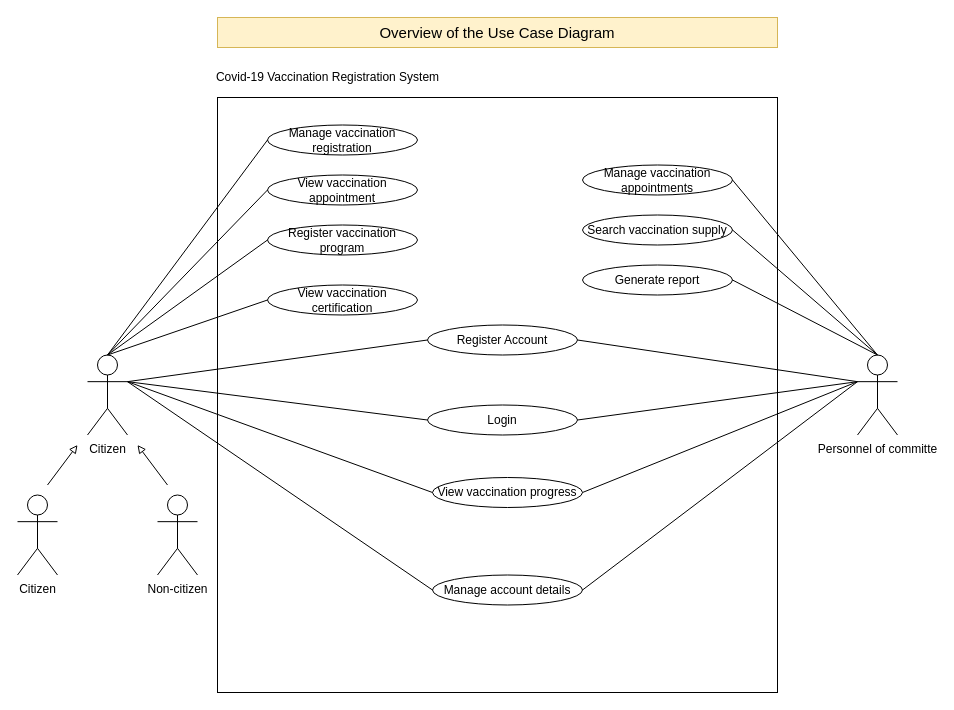
Before: page "Overview Use Case Diagram" (1 of 3) of Diagram/Use Case Diagram.drawio in lydia0423/Covid-19-Vaccination-Registration-System, a draw.io diagram. Source tidied: cells renumbered, new cells numbered last; positions are measured from the earlier drawing's top-left corner, leaving out a move shared by most shapes. Both pictures are drawn from the tidied source at 100%, with x=0, y=0 at pixel (17, 17).
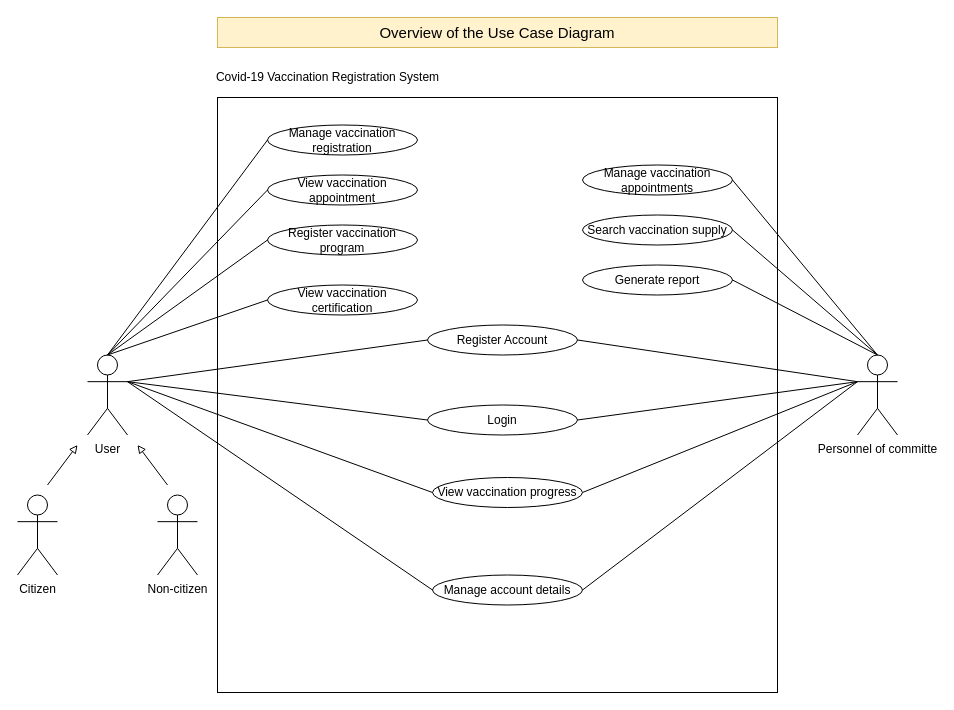
The same page after the edit.

The edit, as a diff of the source:
```diff
@@
-    <mxCell id="3" value="Citizen" style="shape=umlActor;verticalLabelPosition=bottom;verticalAlign=top;html=1;" parent="1" vertex="1">
+    <mxCell id="3" value="User" style="shape=umlActor;verticalLabelPosition=bottom;verticalAlign=top;html=1;" parent="1" vertex="1">
       <mxGeometry x="70" y="337.5" width="40" height="80" as="geometry" />
     </mxCell>
```
